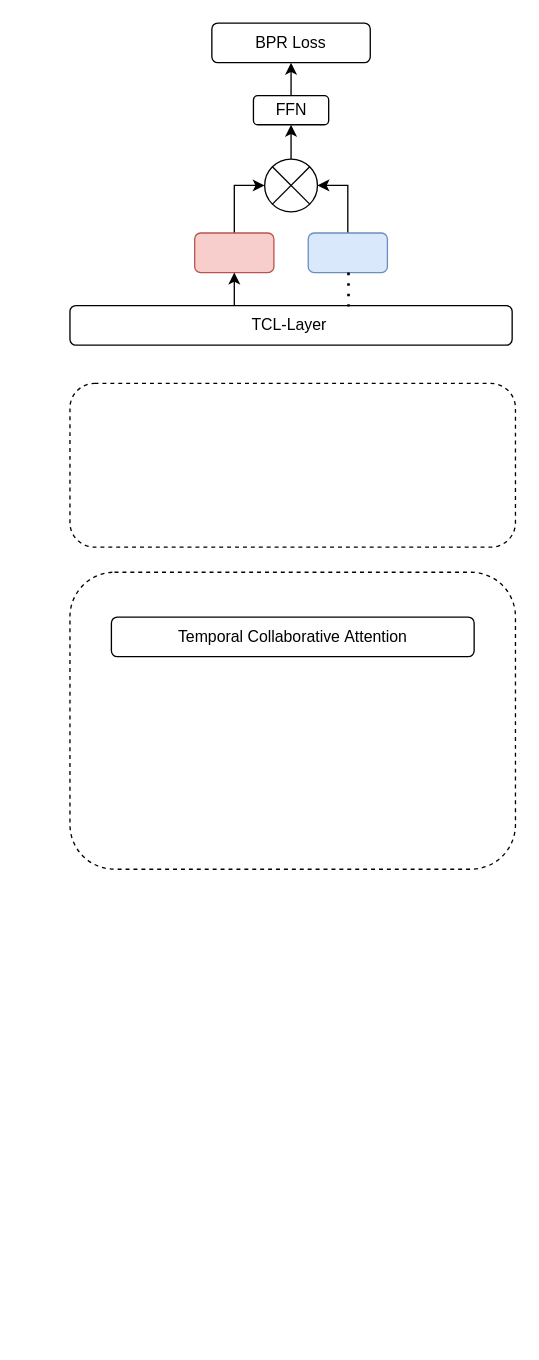
This is MyGNN.drawio from ZYNsama666/BackUp, a draw.io file, before an edit. Source tidied: cells renumbered, new cells numbered last; positions are measured from the earlier drawing's top-left corner, leaving out a move shared by most shapes. Both pictures are drawn from the tidied source at 132%, with x=0, y=0 at pixel (70, 22).
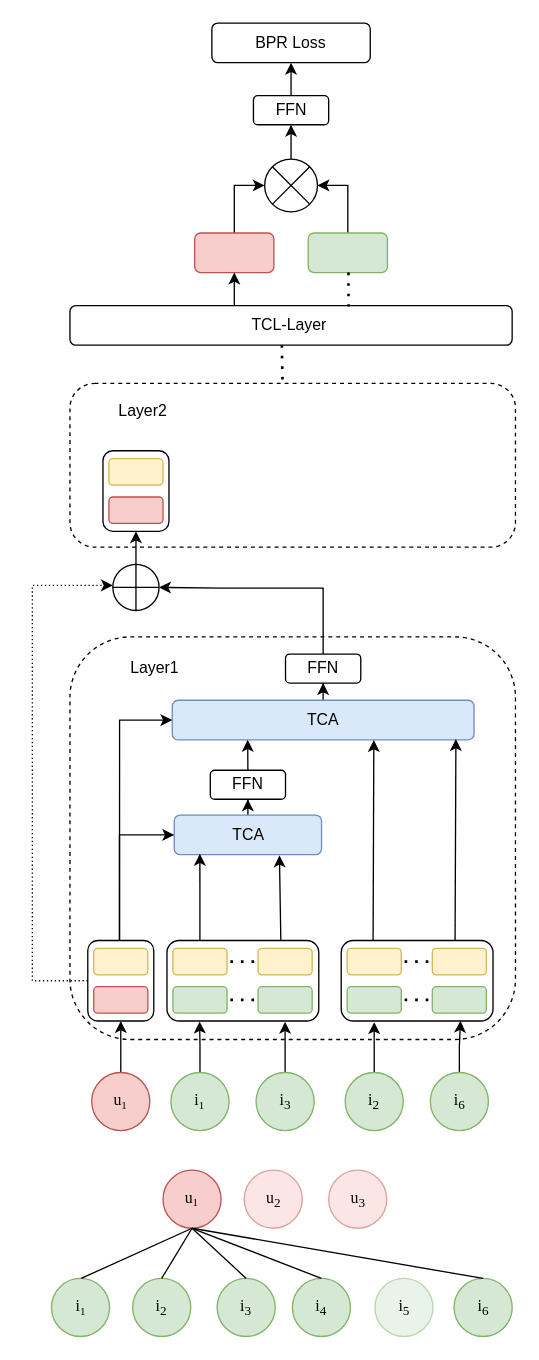
The same diagram, later.

What changed in the source:
```diff
@@
-    <mxCell id="6" style="rounded=1;whiteSpace=wrap;html=1;fillColor=#dae8fc;strokeColor=#6c8ebf;" parent="1" vertex="1">
+    <mxCell id="6" style="rounded=1;whiteSpace=wrap;html=1;fillColor=#d5e8d4;strokeColor=#82b366;" parent="1" vertex="1">
       <mxGeometry x="180" y="159" width="60" height="30" as="geometry" />
     </mxCell>
@@
     <mxCell id="17" style="rounded=1;whiteSpace=wrap;html=1;dashed=1;" parent="1" vertex="1">
-      <mxGeometry x="-0.5" y="416" width="337.5" height="225" as="geometry" />
+      <mxGeometry x="-0.5" y="465" width="337.5" height="305" as="geometry" />
     </mxCell>
+    <mxCell id="19" style="edgeStyle=orthogonalEdgeStyle;rounded=0;jettySize=auto;html=1;entryX=0.5;entryY=1;entryDx=0;entryDy=0;" parent="1" edge="1" source="18" target="49">
+      <mxGeometry relative="1" as="geometry" />
+    </mxCell>
-    <mxCell id="18" value="Temporal Collaborative&amp;nbsp;Attention" style="rounded=1;whiteSpace=wrap;html=1;" parent="1" vertex="1">
-      <mxGeometry x="30.9" y="450" width="274.8" height="30" as="geometry" />
+    <mxCell id="18" value="TCA" style="rounded=1;whiteSpace=wrap;html=1;fillColor=#dae8fc;strokeColor=#6c8ebf;" parent="1" vertex="1">
+      <mxGeometry x="77" y="513" width="228.6" height="30" as="geometry" />
     </mxCell>
+    <mxCell id="20" style="edgeStyle=orthogonalEdgeStyle;rounded=0;jettySize=auto;html=1;entryX=0.5;entryY=1;entryDx=0;entryDy=0;" parent="1" edge="1" source="21" target="44">
+      <mxGeometry relative="1" as="geometry" />
+    </mxCell>
+    <mxCell id="21" value="TCA" style="rounded=1;whiteSpace=wrap;html=1;fillColor=#dae8fc;strokeColor=#6c8ebf;" parent="1" vertex="1">
+      <mxGeometry x="78.5" y="600" width="111.6" height="30" as="geometry" />
+    </mxCell>
+    <mxCell id="22" style="edgeStyle=orthogonalEdgeStyle;rounded=0;jettySize=auto;html=1;entryX=0;entryY=0.5;entryDx=0;entryDy=0;" parent="1" edge="1" source="24" target="21">
+      <mxGeometry relative="1" as="geometry">
+        <Array as="points">
+          <mxPoint x="37" y="615" />
+        </Array>
+      </mxGeometry>
+    </mxCell>
+    <mxCell id="23" style="edgeStyle=orthogonalEdgeStyle;rounded=0;jettySize=auto;html=1;dashed=1;dashPattern=1 2;" parent="1" edge="1" source="24" target="51">
+      <mxGeometry relative="1" as="geometry">
+        <Array as="points">
+          <mxPoint x="-29" y="726" />
+          <mxPoint x="-29" y="426" />
+        </Array>
+      </mxGeometry>
+    </mxCell>
+    <mxCell id="24" style="rounded=1;whiteSpace=wrap;html=1;" parent="1" vertex="1">
+      <mxGeometry x="13" y="695" width="50" height="61" as="geometry" />
+    </mxCell>
+    <mxCell id="25" style="rounded=1;whiteSpace=wrap;html=1;fillColor=#f8cecc;strokeColor=#b85450;" parent="1" vertex="1">
+      <mxGeometry x="17.5" y="730" width="41" height="20" as="geometry" />
+    </mxCell>
+    <mxCell id="26" style="edgeStyle=orthogonalEdgeStyle;rounded=0;jettySize=auto;html=1;entryX=0;entryY=0.5;entryDx=0;entryDy=0;exitX=0.481;exitY=0.006;exitDx=0;exitDy=0;exitPerimeter=0;" parent="1" edge="1" source="24" target="18">
+      <mxGeometry relative="1" as="geometry">
+        <Array as="points">
+          <mxPoint x="37" y="528" />
+        </Array>
+      </mxGeometry>
+    </mxCell>
+    <mxCell id="27" style="rounded=1;whiteSpace=wrap;html=1;fillColor=#fff2cc;strokeColor=#d6b656;" parent="1" vertex="1">
+      <mxGeometry x="17.5" y="701" width="41" height="20" as="geometry" />
+    </mxCell>
+    <mxCell id="28" style="rounded=1;whiteSpace=wrap;html=1;" parent="1" vertex="1">
+      <mxGeometry x="73" y="695" width="115" height="61" as="geometry" />
+    </mxCell>
+    <mxCell id="29" style="rounded=1;whiteSpace=wrap;html=1;fillColor=#d5e8d4;strokeColor=#82b366;" parent="1" vertex="1">
+      <mxGeometry x="77.5" y="730" width="41" height="20" as="geometry" />
+    </mxCell>
+    <mxCell id="30" style="rounded=1;whiteSpace=wrap;html=1;fillColor=#fff2cc;strokeColor=#d6b656;" parent="1" vertex="1">
+      <mxGeometry x="77.5" y="701" width="41" height="20" as="geometry" />
+    </mxCell>
+    <mxCell id="31" style="rounded=1;whiteSpace=wrap;html=1;fillColor=#fff2cc;strokeColor=#d6b656;" parent="1" vertex="1">
+      <mxGeometry x="142" y="701" width="41" height="20" as="geometry" />
+    </mxCell>
+    <mxCell id="32" style="rounded=1;whiteSpace=wrap;html=1;fillColor=#d5e8d4;strokeColor=#82b366;" parent="1" vertex="1">
+      <mxGeometry x="142" y="730" width="41" height="20" as="geometry" />
+    </mxCell>
+    <mxCell id="33" style="endArrow=none;dashed=1;html=1;dashPattern=1 3;strokeWidth=2;rounded=0;entryX=1;entryY=0.5;entryDx=0;entryDy=0;exitX=0;exitY=0.5;exitDx=0;exitDy=0;" parent="1" edge="1">
+      <mxGeometry relative="1" as="geometry">
+        <mxPoint x="139" y="740" as="sourcePoint" />
+        <mxPoint x="115.5" y="740" as="targetPoint" />
+      </mxGeometry>
+    </mxCell>
+    <mxCell id="34" style="endArrow=none;dashed=1;html=1;dashPattern=1 3;strokeWidth=2;rounded=0;entryX=1;entryY=0.5;entryDx=0;entryDy=0;" parent="1" edge="1">
+      <mxGeometry relative="1" as="geometry">
+        <mxPoint x="139" y="711" as="sourcePoint" />
+        <mxPoint x="115.5" y="711" as="targetPoint" />
+      </mxGeometry>
+    </mxCell>
+    <mxCell id="35" style="rounded=1;whiteSpace=wrap;html=1;" parent="1" vertex="1">
+      <mxGeometry x="205" y="695" width="115" height="61" as="geometry" />
+    </mxCell>
+    <mxCell id="36" style="rounded=1;whiteSpace=wrap;html=1;fillColor=#d5e8d4;strokeColor=#82b366;" parent="1" vertex="1">
+      <mxGeometry x="209.5" y="730" width="41" height="20" as="geometry" />
+    </mxCell>
+    <mxCell id="37" style="rounded=1;whiteSpace=wrap;html=1;fillColor=#fff2cc;strokeColor=#d6b656;" parent="1" vertex="1">
+      <mxGeometry x="209.5" y="701" width="41" height="20" as="geometry" />
+    </mxCell>
+    <mxCell id="38" style="rounded=1;whiteSpace=wrap;html=1;fillColor=#fff2cc;strokeColor=#d6b656;" parent="1" vertex="1">
+      <mxGeometry x="274" y="701" width="41" height="20" as="geometry" />
+    </mxCell>
+    <mxCell id="39" style="rounded=1;whiteSpace=wrap;html=1;fillColor=#d5e8d4;strokeColor=#82b366;" parent="1" vertex="1">
+      <mxGeometry x="274" y="730" width="41" height="20" as="geometry" />
+    </mxCell>
+    <mxCell id="40" style="endArrow=none;dashed=1;html=1;dashPattern=1 3;strokeWidth=2;rounded=0;entryX=1;entryY=0.5;entryDx=0;entryDy=0;exitX=0;exitY=0.5;exitDx=0;exitDy=0;" parent="1" edge="1">
+      <mxGeometry relative="1" as="geometry">
+        <mxPoint x="271" y="740" as="sourcePoint" />
+        <mxPoint x="247.5" y="740" as="targetPoint" />
+      </mxGeometry>
+    </mxCell>
+    <mxCell id="41" style="endArrow=none;dashed=1;html=1;dashPattern=1 3;strokeWidth=2;rounded=0;entryX=1;entryY=0.5;entryDx=0;entryDy=0;" parent="1" edge="1">
+      <mxGeometry relative="1" as="geometry">
+        <mxPoint x="271" y="711" as="sourcePoint" />
+        <mxPoint x="247.5" y="711" as="targetPoint" />
+      </mxGeometry>
+    </mxCell>
+    <mxCell id="42" style="endArrow=classic;html=1;rounded=0;exitX=0.21;exitY=0.005;exitDx=0;exitDy=0;exitPerimeter=0;entryX=0.668;entryY=1.004;entryDx=0;entryDy=0;entryPerimeter=0;" parent="1" edge="1" source="35" target="18">
+      <mxGeometry relative="1" as="geometry" />
+    </mxCell>
+    <mxCell id="43" style="endArrow=classic;html=1;rounded=0;exitX=0.75;exitY=0;exitDx=0;exitDy=0;entryX=0.94;entryY=0.98;entryDx=0;entryDy=0;entryPerimeter=0;" parent="1" edge="1" source="35" target="18">
+      <mxGeometry relative="1" as="geometry" />
+    </mxCell>
+    <mxCell id="44" value="FFN" style="rounded=1;whiteSpace=wrap;html=1;" parent="1" vertex="1">
+      <mxGeometry x="105.8" y="566" width="57" height="22" as="geometry" />
+    </mxCell>
+    <mxCell id="45" style="endArrow=classic;html=1;rounded=0;exitX=0.5;exitY=0;exitDx=0;exitDy=0;entryX=0.25;entryY=1;entryDx=0;entryDy=0;" parent="1" edge="1" source="44" target="18">
+      <mxGeometry relative="1" as="geometry" />
+    </mxCell>
+    <mxCell id="46" style="endArrow=classic;html=1;rounded=0;exitX=0.217;exitY=-0.001;exitDx=0;exitDy=0;exitPerimeter=0;entryX=0.174;entryY=0.976;entryDx=0;entryDy=0;entryPerimeter=0;" parent="1" edge="1" source="28" target="21">
+      <mxGeometry relative="1" as="geometry" />
+    </mxCell>
+    <mxCell id="47" style="endArrow=classic;html=1;rounded=0;exitX=0.75;exitY=0;exitDx=0;exitDy=0;entryX=0.714;entryY=1.017;entryDx=0;entryDy=0;entryPerimeter=0;" parent="1" edge="1" source="28" target="21">
+      <mxGeometry relative="1" as="geometry" />
+    </mxCell>
+    <mxCell id="48" style="edgeStyle=orthogonalEdgeStyle;rounded=0;jettySize=auto;html=1;entryX=1;entryY=0.5;entryDx=0;entryDy=0;" parent="1" edge="1" source="49" target="51">
+      <mxGeometry relative="1" as="geometry">
+        <Array as="points">
+          <mxPoint x="191" y="428" />
+          <mxPoint x="115" y="428" />
+        </Array>
+      </mxGeometry>
+    </mxCell>
+    <mxCell id="49" value="FFN" style="rounded=1;whiteSpace=wrap;html=1;" parent="1" vertex="1">
+      <mxGeometry x="162.8" y="478" width="57" height="22" as="geometry" />
+    </mxCell>
+    <mxCell id="50" style="edgeStyle=orthogonalEdgeStyle;rounded=0;jettySize=auto;html=1;entryX=0.5;entryY=1;entryDx=0;entryDy=0;" parent="1" edge="1" source="51" target="54">
+      <mxGeometry relative="1" as="geometry" />
+    </mxCell>
+    <mxCell id="51" style="ellipse;whiteSpace=wrap;html=1;" parent="1" vertex="1">
+      <mxGeometry x="32" y="410" width="35" height="35" as="geometry" />
+    </mxCell>
+    <mxCell id="52" style="endArrow=none;html=1;rounded=0;entryX=0.5;entryY=0;entryDx=0;entryDy=0;exitX=0.5;exitY=1;exitDx=0;exitDy=0;" parent="1" edge="1" source="51" target="51">
+      <mxGeometry relative="1" as="geometry" />
+    </mxCell>
+    <mxCell id="53" style="endArrow=none;html=1;rounded=0;exitX=1;exitY=0.5;exitDx=0;exitDy=0;entryX=0;entryY=0.5;entryDx=0;entryDy=0;" parent="1" edge="1" source="51" target="51">
+      <mxGeometry relative="1" as="geometry" />
+    </mxCell>
+    <mxCell id="54" style="rounded=1;whiteSpace=wrap;html=1;" parent="1" vertex="1">
+      <mxGeometry x="24.5" y="324" width="50" height="61" as="geometry" />
+    </mxCell>
+    <mxCell id="55" style="rounded=1;whiteSpace=wrap;html=1;fillColor=#f8cecc;strokeColor=#b85450;" parent="1" vertex="1">
+      <mxGeometry x="29" y="359" width="41" height="20" as="geometry" />
+    </mxCell>
+    <mxCell id="56" style="rounded=1;whiteSpace=wrap;html=1;fillColor=#fff2cc;strokeColor=#d6b656;" parent="1" vertex="1">
+      <mxGeometry x="29" y="330" width="41" height="20" as="geometry" />
+    </mxCell>
+    <mxCell id="57" value="Layer1" style="text;html=1;strokeColor=none;fillColor=none;align=center;verticalAlign=middle;whiteSpace=wrap;rounded=0;" parent="1" vertex="1">
+      <mxGeometry x="34" y="474" width="60" height="30" as="geometry" />
+    </mxCell>
+    <mxCell id="58" value="Layer2" style="text;html=1;strokeColor=none;fillColor=none;align=center;verticalAlign=middle;whiteSpace=wrap;rounded=0;" parent="1" vertex="1">
+      <mxGeometry x="24.5" y="279" width="60" height="30" as="geometry" />
+    </mxCell>
+    <mxCell id="59" style="endArrow=none;dashed=1;html=1;dashPattern=1 3;strokeWidth=2;rounded=0;entryX=0.63;entryY=0.026;entryDx=0;entryDy=0;entryPerimeter=0;" parent="1" edge="1">
+      <mxGeometry relative="1" as="geometry">
+        <mxPoint x="160" y="244" as="sourcePoint" />
+        <mxPoint x="160.5" y="270" as="targetPoint" />
+      </mxGeometry>
+    </mxCell>
+    <mxCell id="60" value="u&lt;span style=&quot;font-size: 10px;&quot;&gt;&lt;sub&gt;1&lt;/sub&gt;&lt;/span&gt;" style="ellipse;whiteSpace=wrap;html=1;fontFamily=Times New Roman;fillColor=#f8cecc;strokeColor=#b85450;" parent="1" vertex="1">
+      <mxGeometry x="70" y="869" width="44" height="44" as="geometry" />
+    </mxCell>
+    <mxCell id="61" value="u&lt;sub&gt;2&lt;/sub&gt;" style="ellipse;whiteSpace=wrap;html=1;fontFamily=Times New Roman;opacity=50;fillColor=#f8cecc;strokeColor=#b85450;" parent="1" vertex="1">
+      <mxGeometry x="131.5" y="869" width="44" height="44" as="geometry" />
+    </mxCell>
+    <mxCell id="62" value="u&lt;sub&gt;3&lt;/sub&gt;" style="ellipse;whiteSpace=wrap;html=1;fontFamily=Times New Roman;fillColor=#f8cecc;strokeColor=#b85450;opacity=50;" parent="1" vertex="1">
+      <mxGeometry x="195.5" y="869" width="44" height="44" as="geometry" />
+    </mxCell>
+    <mxCell id="63" value="i&lt;sub&gt;6&lt;/sub&gt;" style="ellipse;whiteSpace=wrap;html=1;fontFamily=Times New Roman;fillColor=#d5e8d4;strokeColor=#82b366;" parent="1" vertex="1">
+      <mxGeometry x="290.5" y="951" width="44" height="44" as="geometry" />
+    </mxCell>
+    <mxCell id="64" value="i&lt;span style=&quot;font-size: 10px;&quot;&gt;&lt;sub&gt;1&lt;/sub&gt;&lt;/span&gt;" style="ellipse;whiteSpace=wrap;html=1;fontFamily=Times New Roman;fillColor=#d5e8d4;strokeColor=#82b366;" parent="1" vertex="1">
+      <mxGeometry x="-14.5" y="951" width="44" height="44" as="geometry" />
+    </mxCell>
+    <mxCell id="65" value="i&lt;sub&gt;2&lt;/sub&gt;" style="ellipse;whiteSpace=wrap;html=1;fontFamily=Times New Roman;fillColor=#d5e8d4;strokeColor=#82b366;" parent="1" vertex="1">
+      <mxGeometry x="47" y="951" width="44" height="44" as="geometry" />
+    </mxCell>
+    <mxCell id="66" value="i&lt;sub&gt;3&lt;/sub&gt;" style="ellipse;whiteSpace=wrap;html=1;fontFamily=Times New Roman;fillColor=#d5e8d4;strokeColor=#82b366;" parent="1" vertex="1">
+      <mxGeometry x="111" y="951" width="44" height="44" as="geometry" />
+    </mxCell>
+    <mxCell id="67" value="i&lt;sub&gt;4&lt;/sub&gt;" style="ellipse;whiteSpace=wrap;html=1;fontFamily=Times New Roman;fillColor=#d5e8d4;strokeColor=#82b366;" parent="1" vertex="1">
+      <mxGeometry x="168" y="951" width="44" height="44" as="geometry" />
+    </mxCell>
+    <mxCell id="68" value="i&lt;sub&gt;5&lt;/sub&gt;" style="ellipse;whiteSpace=wrap;html=1;fontFamily=Times New Roman;opacity=50;fillColor=#d5e8d4;strokeColor=#82b366;" parent="1" vertex="1">
+      <mxGeometry x="230.5" y="951" width="44" height="44" as="geometry" />
+    </mxCell>
+    <mxCell id="69" style="endArrow=none;html=1;rounded=0;exitX=0.5;exitY=0;exitDx=0;exitDy=0;entryX=0.5;entryY=1;entryDx=0;entryDy=0;" parent="1" edge="1">
+      <mxGeometry relative="1" as="geometry">
+        <mxPoint x="8" y="951" as="sourcePoint" />
+        <mxPoint x="92" y="913" as="targetPoint" />
+      </mxGeometry>
+    </mxCell>
+    <mxCell id="70" style="endArrow=none;html=1;rounded=0;exitX=0.5;exitY=0;exitDx=0;exitDy=0;entryX=0.5;entryY=1;entryDx=0;entryDy=0;" parent="1" edge="1" source="65" target="60">
+      <mxGeometry relative="1" as="geometry" />
+    </mxCell>
+    <mxCell id="71" style="endArrow=none;html=1;rounded=0;exitX=0.5;exitY=0;exitDx=0;exitDy=0;entryX=0.5;entryY=1;entryDx=0;entryDy=0;" parent="1" edge="1" source="66" target="60">
+      <mxGeometry relative="1" as="geometry" />
+    </mxCell>
+    <mxCell id="72" style="endArrow=none;html=1;rounded=0;exitX=0.5;exitY=0;exitDx=0;exitDy=0;entryX=0.5;entryY=1;entryDx=0;entryDy=0;" parent="1" edge="1" source="67" target="60">
+      <mxGeometry relative="1" as="geometry" />
+    </mxCell>
+    <mxCell id="73" style="edgeStyle=orthogonalEdgeStyle;rounded=0;jettySize=auto;html=1;entryX=0.5;entryY=1;entryDx=0;entryDy=0;" parent="1" edge="1" source="74" target="24">
+      <mxGeometry relative="1" as="geometry" />
+    </mxCell>
+    <mxCell id="74" value="u&lt;span style=&quot;font-size: 10px;&quot;&gt;&lt;sub&gt;1&lt;/sub&gt;&lt;/span&gt;" style="ellipse;whiteSpace=wrap;html=1;fontFamily=Times New Roman;fillColor=#f8cecc;strokeColor=#b85450;" parent="1" vertex="1">
+      <mxGeometry x="16" y="795" width="44" height="44" as="geometry" />
+    </mxCell>
+    <mxCell id="75" style="endArrow=none;html=1;rounded=0;exitX=0.5;exitY=0;exitDx=0;exitDy=0;entryX=0.5;entryY=1;entryDx=0;entryDy=0;" parent="1" edge="1" source="63" target="60">
+      <mxGeometry relative="1" as="geometry" />
+    </mxCell>
+    <mxCell id="76" style="edgeStyle=orthogonalEdgeStyle;rounded=0;jettySize=auto;html=1;entryX=0.215;entryY=1.006;entryDx=0;entryDy=0;entryPerimeter=0;" parent="1" edge="1" source="77" target="28">
+      <mxGeometry relative="1" as="geometry" />
+    </mxCell>
+    <mxCell id="77" value="i&lt;span style=&quot;font-size: 10px;&quot;&gt;&lt;sub&gt;1&lt;/sub&gt;&lt;/span&gt;" style="ellipse;whiteSpace=wrap;html=1;fontFamily=Times New Roman;fillColor=#d5e8d4;strokeColor=#82b366;" parent="1" vertex="1">
+      <mxGeometry x="76" y="795" width="44" height="44" as="geometry" />
+    </mxCell>
+    <mxCell id="78" style="edgeStyle=orthogonalEdgeStyle;rounded=0;jettySize=auto;html=1;entryX=0.217;entryY=1.014;entryDx=0;entryDy=0;entryPerimeter=0;" parent="1" edge="1" source="79" target="35">
+      <mxGeometry relative="1" as="geometry" />
+    </mxCell>
+    <mxCell id="79" value="i&lt;sub&gt;2&lt;/sub&gt;" style="ellipse;whiteSpace=wrap;html=1;fontFamily=Times New Roman;fillColor=#d5e8d4;strokeColor=#82b366;" parent="1" vertex="1">
+      <mxGeometry x="208" y="795" width="44" height="44" as="geometry" />
+    </mxCell>
+    <mxCell id="80" style="edgeStyle=orthogonalEdgeStyle;rounded=0;jettySize=auto;html=1;entryX=0.778;entryY=1.01;entryDx=0;entryDy=0;entryPerimeter=0;" parent="1" edge="1" source="81" target="28">
+      <mxGeometry relative="1" as="geometry" />
+    </mxCell>
+    <mxCell id="81" value="i&lt;sub&gt;3&lt;/sub&gt;" style="ellipse;whiteSpace=wrap;html=1;fontFamily=Times New Roman;fillColor=#d5e8d4;strokeColor=#82b366;" parent="1" vertex="1">
+      <mxGeometry x="140.5" y="795" width="44" height="44" as="geometry" />
+    </mxCell>
+    <mxCell id="82" style="edgeStyle=orthogonalEdgeStyle;rounded=0;jettySize=auto;html=1;entryX=0.786;entryY=0.998;entryDx=0;entryDy=0;entryPerimeter=0;" parent="1" edge="1" source="83" target="35">
+      <mxGeometry relative="1" as="geometry" />
+    </mxCell>
+    <mxCell id="83" value="i&lt;sub&gt;6&lt;/sub&gt;" style="ellipse;whiteSpace=wrap;html=1;fontFamily=Times New Roman;fillColor=#d5e8d4;strokeColor=#82b366;" parent="1" vertex="1">
+      <mxGeometry x="272.5" y="795" width="44" height="44" as="geometry" />
+    </mxCell>
```
